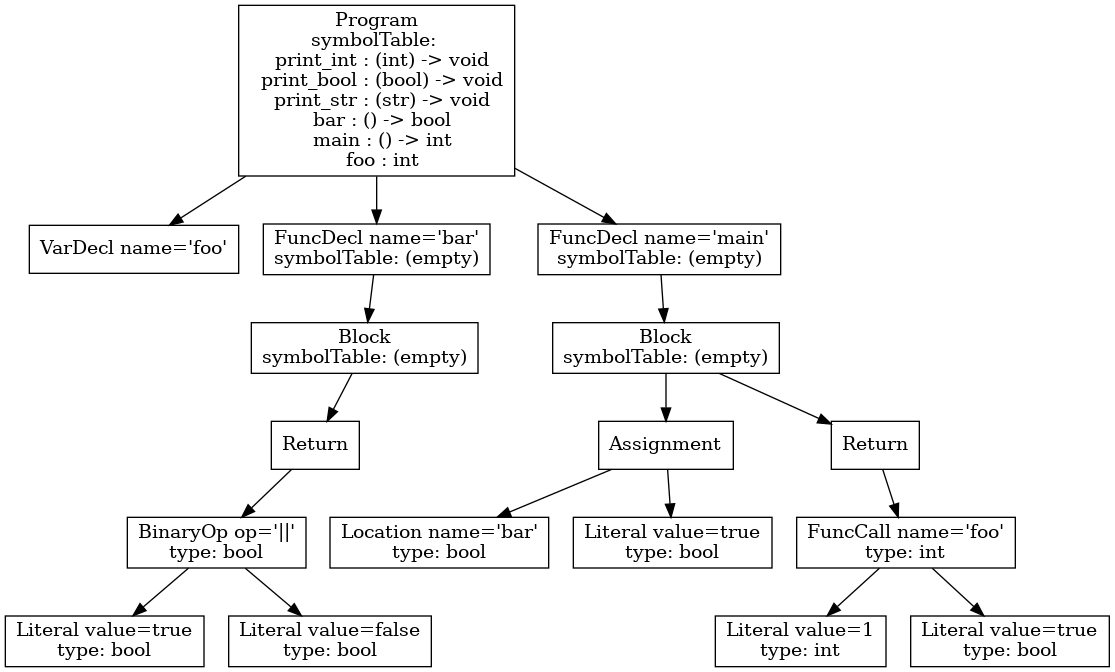
Before: p3-analysis/ast.png, a diagram exported from Graphviz (tran3jm/f22_compilers). Its source is kept beside it as p3-analysis/ast.dot.
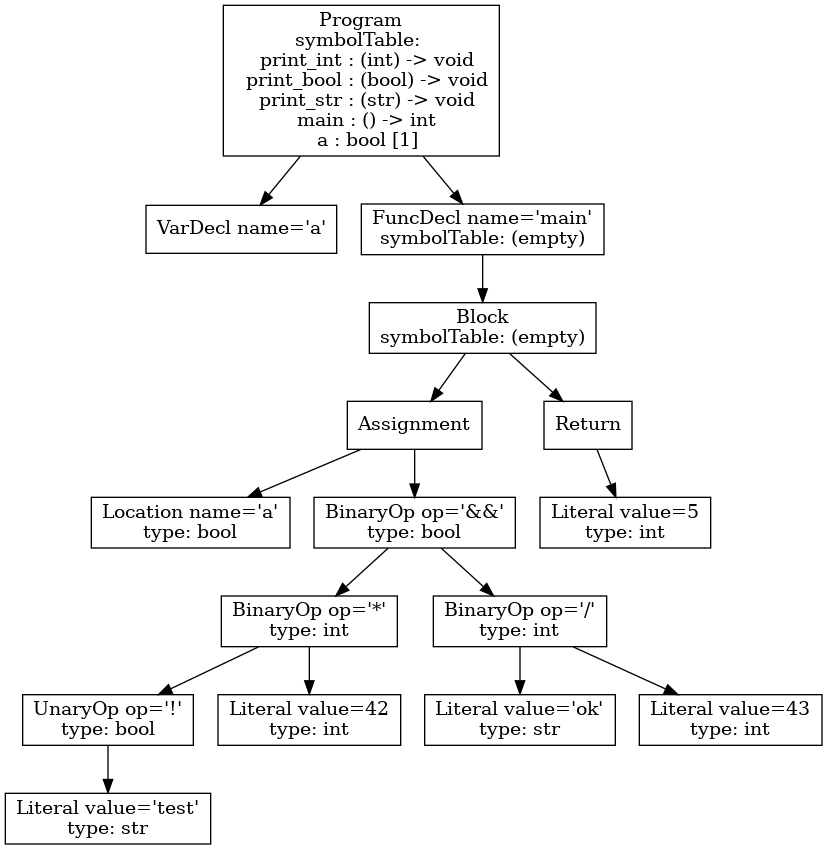
Above is the later version.

Diff of the diagram source:
```diff
@@ -1,35 +1,33 @@
 digraph AST {
-1 [shape=box, label="VarDecl name='foo'"];
-6 [shape=box, label="Literal value=true\ntype: bool"];
-7 [shape=box, label="Literal value=false\ntype: bool"];
-5 [shape=box, label="BinaryOp op='||'\ntype: bool"];
-5 -> 6;
-5 -> 7;
-4 [shape=box, label="Return"];
+1 [shape=box, label="VarDecl name='a'"];
+5 [shape=box, label="Location name='a'\ntype: bool"];
+9 [shape=box, label="Literal value='test'\ntype: str"];
+8 [shape=box, label="UnaryOp op='!'\ntype: bool"];
+8 -> 9;
+10 [shape=box, label="Literal value=42\ntype: int"];
+7 [shape=box, label="BinaryOp op='*'\ntype: int"];
+7 -> 8;
+7 -> 10;
+12 [shape=box, label="Literal value='ok'\ntype: str"];
+13 [shape=box, label="Literal value=43\ntype: int"];
+11 [shape=box, label="BinaryOp op='/'\ntype: int"];
+11 -> 12;
+11 -> 13;
+6 [shape=box, label="BinaryOp op='&&'\ntype: bool"];
+6 -> 7;
+6 -> 11;
+4 [shape=box, label="Assignment"];
 4 -> 5;
+4 -> 6;
+15 [shape=box, label="Literal value=5\ntype: int"];
+14 [shape=box, label="Return"];
+14 -> 15;
 3 [shape=box, label="Block\nsymbolTable: (empty)"];
 3 -> 4;
-2 [shape=box, label="FuncDecl name='bar'\nsymbolTable: (empty)"];
+3 -> 14;
+2 [shape=box, label="FuncDecl name='main'\nsymbolTable: (empty)"];
 2 -> 3;
-11 [shape=box, label="Location name='bar'\ntype: bool"];
-12 [shape=box, label="Literal value=true\ntype: bool"];
-10 [shape=box, label="Assignment"];
-10 -> 11;
-10 -> 12;
-15 [shape=box, label="Literal value=1\ntype: int"];
-16 [shape=box, label="Literal value=true\ntype: bool"];
-14 [shape=box, label="FuncCall name='foo'\ntype: int"];
-14 -> 15;
-14 -> 16;
-13 [shape=box, label="Return"];
-13 -> 14;
-9 [shape=box, label="Block\nsymbolTable: (empty)"];
-9 -> 10;
-9 -> 13;
-8 [shape=box, label="FuncDecl name='main'\nsymbolTable: (empty)"];
-8 -> 9;
-0 [shape=box, label="Program\nsymbolTable: \n  print_int : (int) -> void\n  print_bool : (bool) -> void\n  print_str : (str) -> void\n  bar : () -> bool\n  main : () -> int\n  foo : int"];
+0 [shape=box, label="Program\nsymbolTable: \n  print_int : (int) -> void\n  print_bool : (bool) -> void\n  print_str : (str) -> void\n  main : () -> int\n  a : bool [1]"];
 0 -> 1;
 0 -> 2;
-0 -> 8;
 }
```
